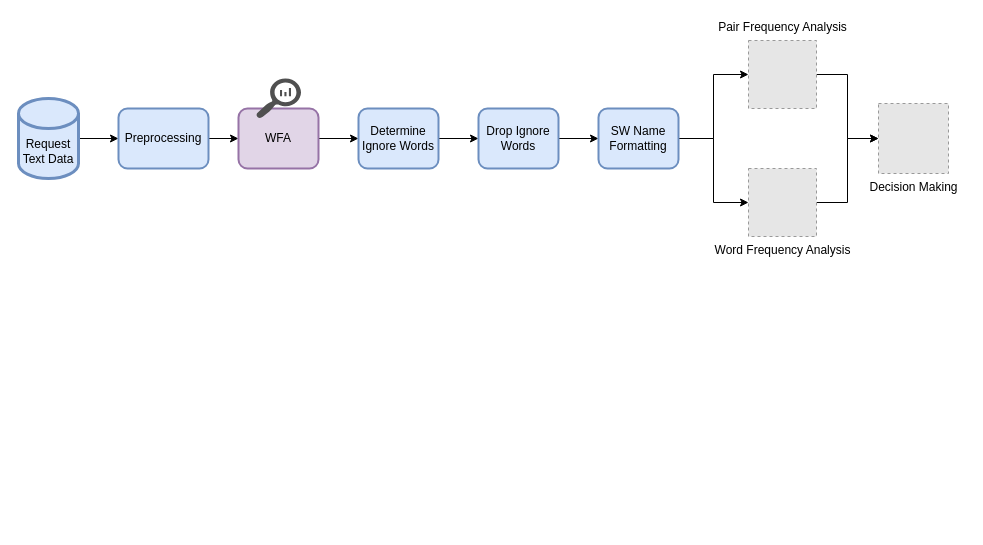
This is arcelik_JiraRequestProjectDiagram.drawio from EgehanEralp/diagrams, a draw.io file, before an edit. Source tidied: cells renumbered, new cells numbered last; positions are measured from the earlier drawing's top-left corner, leaving out a move shared by most shapes. Both pictures are drawn from the tidied source at 100%, with x=0, y=0 at pixel (18, 17). Pictures stored in the file or linked from it are replaced by grey dashed boxes.
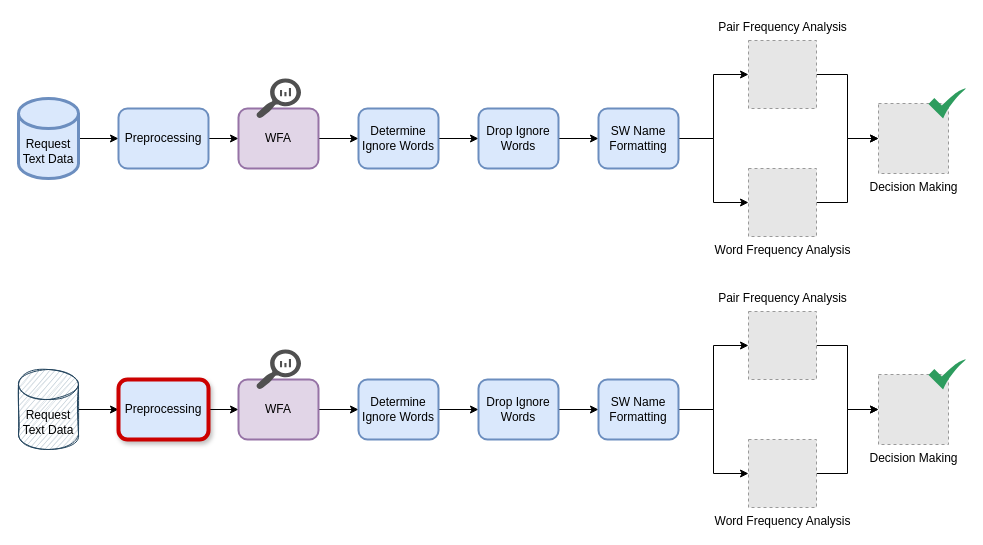
The same diagram, later.

Change to the diagram source:
```diff
@@
+    <mxCell id="22" style="html=1;strokeColor=none;shadow=0;align=center;verticalAlign=top;fillColor=#2D9C5E;shape=mxgraph.gcp2.check;" parent="1" vertex="1">
+      <mxGeometry x="910" y="71" width="37.5" height="30" as="geometry" />
+    </mxCell>
+    <mxCell id="23" style="edgeStyle=orthogonalEdgeStyle;rounded=0;jettySize=auto;html=1;exitX=1;exitY=0.5;exitDx=0;exitDy=0;entryX=0;entryY=0.5;entryDx=0;entryDy=0;exitPerimeter=0;" parent="1" edge="1" source="35" target="25">
+      <mxGeometry relative="1" as="geometry" />
+    </mxCell>
+    <mxCell id="24" style="edgeStyle=orthogonalEdgeStyle;rounded=0;jettySize=auto;html=1;exitX=1;exitY=0.5;exitDx=0;exitDy=0;entryX=0;entryY=0.5;entryDx=0;entryDy=0;" parent="1" edge="1" source="25" target="27">
+      <mxGeometry relative="1" as="geometry" />
+    </mxCell>
+    <mxCell id="25" value="Preprocessing" style="rounded=1;whiteSpace=wrap;html=1;fillColor=#dae8fc;strokeWidth=4;shadow=1;glass=0;sketch=0;strokeColor=#CC0000;" parent="1" vertex="1">
+      <mxGeometry x="100" y="362" width="90" height="60" as="geometry" />
+    </mxCell>
+    <mxCell id="26" style="edgeStyle=orthogonalEdgeStyle;rounded=0;jettySize=auto;html=1;exitX=1;exitY=0.5;exitDx=0;exitDy=0;entryX=0;entryY=0.5;entryDx=0;entryDy=0;" parent="1" edge="1" source="27" target="29">
+      <mxGeometry relative="1" as="geometry" />
+    </mxCell>
+    <mxCell id="27" value="WFA" style="rounded=1;whiteSpace=wrap;html=1;strokeWidth=2;fillColor=#e1d5e7;strokeColor=#9673a6;" parent="1" vertex="1">
+      <mxGeometry x="220" y="362" width="80" height="60" as="geometry" />
+    </mxCell>
+    <mxCell id="28" style="edgeStyle=orthogonalEdgeStyle;rounded=0;jettySize=auto;html=1;exitX=1;exitY=0.5;exitDx=0;exitDy=0;entryX=0;entryY=0.5;entryDx=0;entryDy=0;" parent="1" edge="1" source="29" target="31">
+      <mxGeometry relative="1" as="geometry" />
+    </mxCell>
+    <mxCell id="29" value="Determine Ignore Words" style="rounded=1;whiteSpace=wrap;html=1;strokeWidth=2;fillColor=#dae8fc;strokeColor=#6c8ebf;" parent="1" vertex="1">
+      <mxGeometry x="340" y="362" width="80" height="60" as="geometry" />
+    </mxCell>
+    <mxCell id="30" style="edgeStyle=orthogonalEdgeStyle;rounded=0;jettySize=auto;html=1;exitX=1;exitY=0.5;exitDx=0;exitDy=0;entryX=0;entryY=0.5;entryDx=0;entryDy=0;" parent="1" edge="1" source="31" target="34">
+      <mxGeometry relative="1" as="geometry" />
+    </mxCell>
+    <mxCell id="31" value="Drop Ignore Words" style="rounded=1;whiteSpace=wrap;html=1;strokeWidth=2;fillColor=#dae8fc;strokeColor=#6c8ebf;" parent="1" vertex="1">
+      <mxGeometry x="460" y="362" width="80" height="60" as="geometry" />
+    </mxCell>
+    <mxCell id="32" style="edgeStyle=orthogonalEdgeStyle;rounded=0;jettySize=auto;html=1;exitX=1;exitY=0.5;exitDx=0;exitDy=0;entryX=0;entryY=0.5;entryDx=0;entryDy=0;" parent="1" edge="1" source="34" target="41">
+      <mxGeometry relative="1" as="geometry" />
+    </mxCell>
+    <mxCell id="33" style="edgeStyle=orthogonalEdgeStyle;rounded=0;jettySize=auto;html=1;exitX=1;exitY=0.5;exitDx=0;exitDy=0;entryX=0;entryY=0.5;entryDx=0;entryDy=0;" parent="1" edge="1" source="34" target="38">
+      <mxGeometry relative="1" as="geometry" />
+    </mxCell>
+    <mxCell id="34" value="&lt;span style=&quot;text-align: left&quot;&gt;SW Name Formatting&lt;/span&gt;" style="rounded=1;whiteSpace=wrap;html=1;strokeWidth=2;fillColor=#dae8fc;strokeColor=#6c8ebf;" parent="1" vertex="1">
+      <mxGeometry x="580" y="362" width="80" height="60" as="geometry" />
+    </mxCell>
+    <mxCell id="35" value="Request Text Data" style="shape=cylinder3;whiteSpace=wrap;html=1;boundedLbl=1;backgroundOutline=1;size=15;fillColor=#bac8d3;strokeColor=#23445d;strokeWidth=1;sketch=1;" parent="1" vertex="1">
+      <mxGeometry y="352" width="60" height="80" as="geometry" />
+    </mxCell>
+    <mxCell id="36" style="shadow=0;dashed=0;html=1;strokeColor=none;labelPosition=center;verticalLabelPosition=bottom;verticalAlign=top;align=center;fillColor=#505050;shape=mxgraph.mscae.oms.log_search;" parent="1" vertex="1">
+      <mxGeometry x="237.5" y="332" width="45" height="40" as="geometry" />
+    </mxCell>
+    <mxCell id="37" style="edgeStyle=orthogonalEdgeStyle;rounded=0;jettySize=auto;html=1;exitX=1;exitY=0.5;exitDx=0;exitDy=0;entryX=0;entryY=0.5;entryDx=0;entryDy=0;" parent="1" edge="1" source="38" target="39">
+      <mxGeometry relative="1" as="geometry" />
+    </mxCell>
+    <mxCell id="38" value="Word Frequency Analysis" style="fillColor=#E6E6E6;strokeColor=#999999;dashed=1;html=1;verticalAlign=top;verticalLabelPosition=bottom;labelBackgroundColor=#ffffff;" parent="1" vertex="1">
+      <mxGeometry x="730" y="422" width="68" height="68" as="geometry" />
+    </mxCell>
+    <mxCell id="39" value="Decision Making" style="fillColor=#E6E6E6;strokeColor=#999999;dashed=1;html=1;verticalAlign=top;verticalLabelPosition=bottom;labelBackgroundColor=#ffffff;" parent="1" vertex="1">
+      <mxGeometry x="860" y="357" width="70" height="70" as="geometry" />
+    </mxCell>
+    <mxCell id="40" style="edgeStyle=orthogonalEdgeStyle;rounded=0;jettySize=auto;html=1;exitX=1;exitY=0.5;exitDx=0;exitDy=0;" parent="1" edge="1" source="41" target="39">
+      <mxGeometry relative="1" as="geometry" />
+    </mxCell>
+    <mxCell id="41" style="fillColor=#E6E6E6;strokeColor=#999999;dashed=1;html=1;verticalAlign=top;verticalLabelPosition=bottom;labelBackgroundColor=#ffffff;" parent="1" vertex="1">
+      <mxGeometry x="730" y="294" width="68" height="68" as="geometry" />
+    </mxCell>
+    <mxCell id="42" value="&lt;span style=&quot;background-color: rgb(255 , 255 , 255)&quot;&gt;Pair Frequency Analysis&lt;/span&gt;" style="text;html=1;align=center;verticalAlign=middle;strokeColor=none;fillColor=none;" parent="1" vertex="1">
+      <mxGeometry x="694" y="271" width="140" height="20" as="geometry" />
+    </mxCell>
+    <mxCell id="43" style="html=1;strokeColor=none;shadow=0;align=center;verticalAlign=top;fillColor=#2D9C5E;shape=mxgraph.gcp2.check;" parent="1" vertex="1">
+      <mxGeometry x="910" y="342" width="37.5" height="30" as="geometry" />
+    </mxCell>
```
